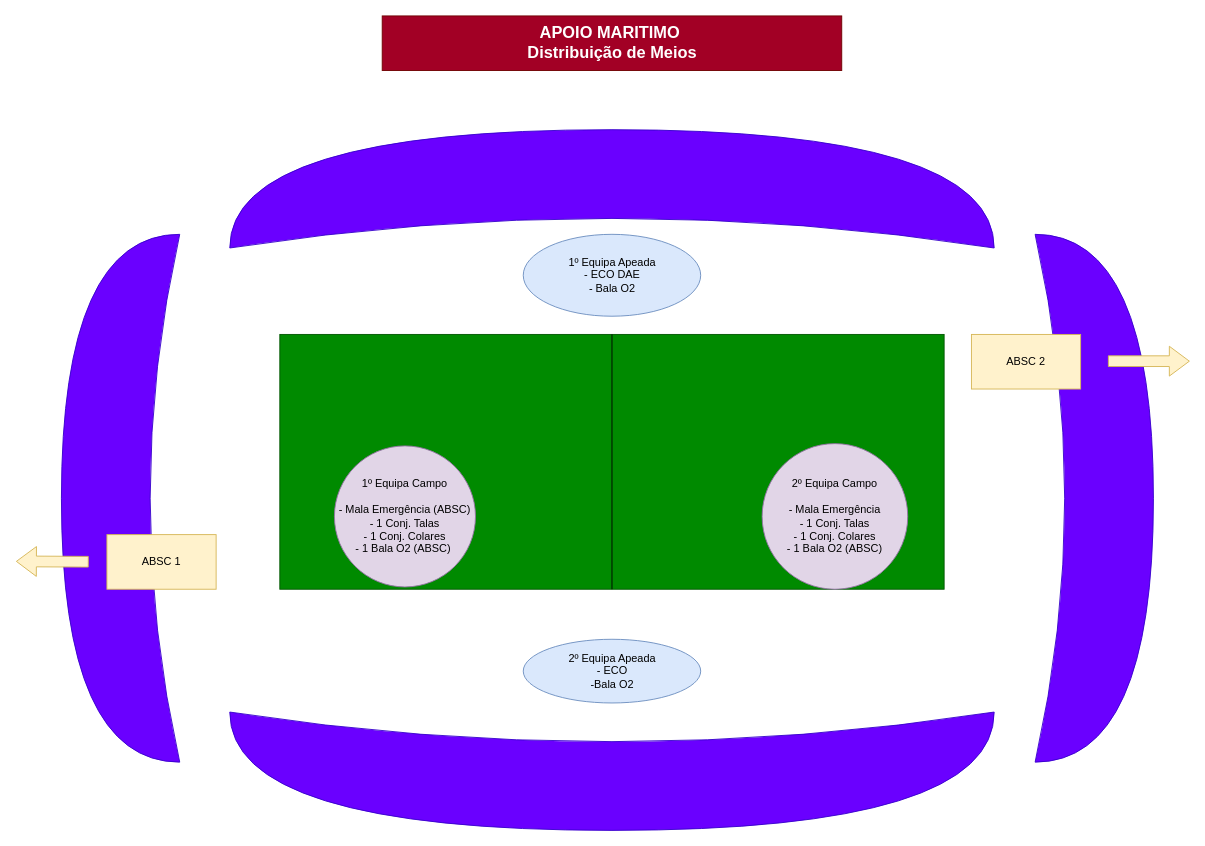
This is page "Marítimo" (1 of 2) of Apoio_Marítimo.drawio from joaoabreu1/flowcharts, a draw.io file, before an edit. Source tidied: cells renumbered, new cells numbered last; positions are measured from the earlier drawing's top-left corner, leaving out a move shared by most shapes. Both pictures are drawn from the tidied source at 91%, with x=0, y=0 at pixel (15, -194).
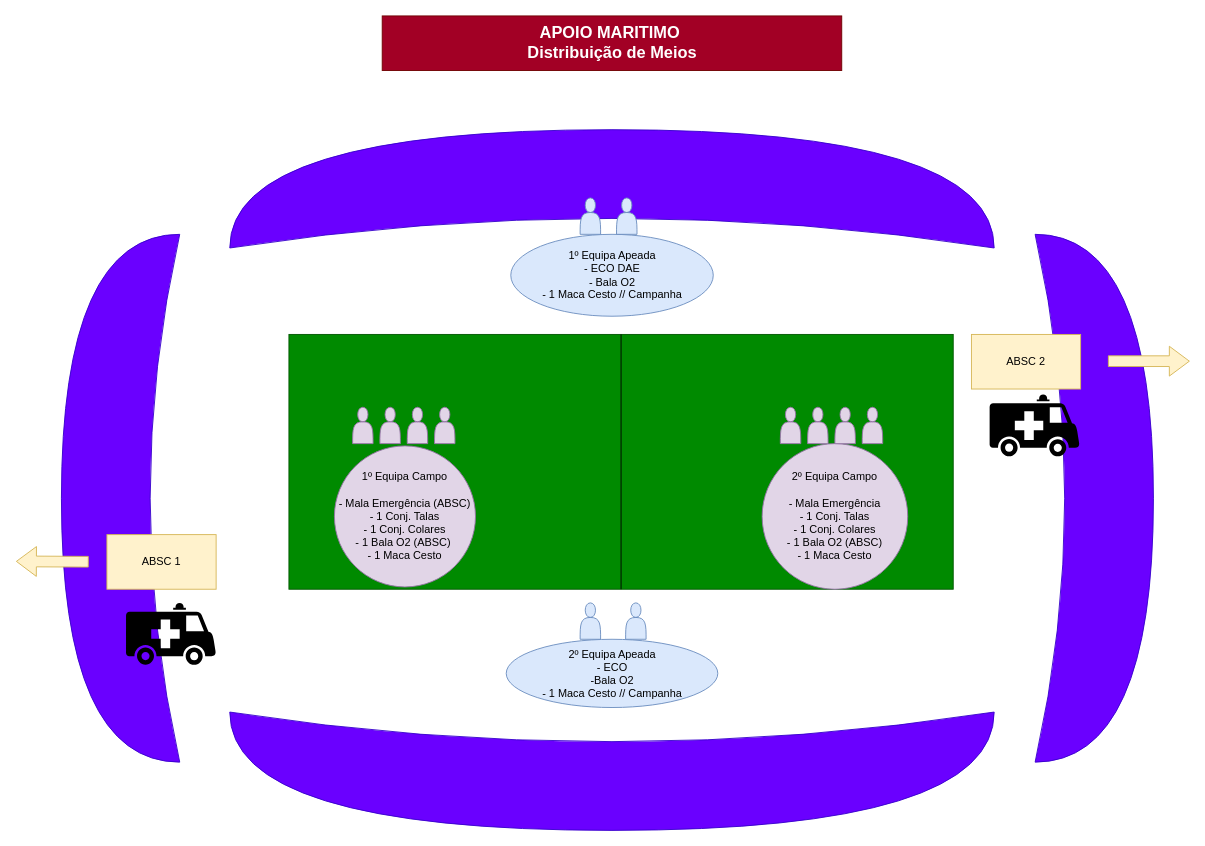
The same page after the edit.

Change to the diagram source:
```diff
@@
     <mxCell id="6" style="rounded=0;whiteSpace=wrap;html=1;fillColor=#008a00;strokeColor=#005700;fontColor=#ffffff;" parent="1" vertex="1">
-      <mxGeometry x="290" y="580" width="730" height="280" as="geometry" />
+      <mxGeometry x="300" y="580" width="730" height="280" as="geometry" />
     </mxCell>
-    <mxCell id="7" value="1º Equipa Apeada&lt;div&gt;- ECO DAE&lt;/div&gt;&lt;div&gt;- Bala O2&lt;/div&gt;" style="ellipse;whiteSpace=wrap;html=1;fillColor=#dae8fc;strokeColor=#6c8ebf;" parent="1" vertex="1">
-      <mxGeometry x="557.5" y="470" width="195" height="90" as="geometry" />
+    <mxCell id="7" value="1º Equipa Apeada&lt;div&gt;- ECO DAE&lt;/div&gt;&lt;div&gt;- Bala O2&lt;/div&gt;&lt;div&gt;- 1 Maca Cesto // Campanha&lt;/div&gt;" style="ellipse;whiteSpace=wrap;html=1;fillColor=#dae8fc;strokeColor=#6c8ebf;" parent="1" vertex="1">
+      <mxGeometry x="543.8" y="470" width="222.5" height="90" as="geometry" />
     </mxCell>
-    <mxCell id="8" value="2º Equipa Apeada&lt;div&gt;- ECO&lt;/div&gt;&lt;div&gt;-Bala O2&lt;/div&gt;" style="ellipse;whiteSpace=wrap;html=1;fillColor=#dae8fc;strokeColor=#6c8ebf;" parent="1" vertex="1">
-      <mxGeometry x="557.5" y="915" width="195" height="70" as="geometry" />
+    <mxCell id="8" value="2º Equipa Apeada&lt;div&gt;- ECO&lt;/div&gt;&lt;div&gt;-Bala O2&lt;/div&gt;&lt;div&gt;- 1 Maca Cesto // Campanha&lt;/div&gt;" style="ellipse;whiteSpace=wrap;html=1;fillColor=#dae8fc;strokeColor=#6c8ebf;" parent="1" vertex="1">
+      <mxGeometry x="538.8" y="915" width="232.5" height="75" as="geometry" />
     </mxCell>
@@
-    <mxCell id="10" value="2º Equipa Campo&lt;div&gt;&lt;br&gt;&lt;/div&gt;&lt;div&gt;- Mala Emergência&lt;/div&gt;&lt;div&gt;- 1 Conj. Talas&lt;/div&gt;&lt;div&gt;- 1 Conj. Colares&lt;/div&gt;&lt;div&gt;- 1 Bala O2 (ABSC)&lt;/div&gt;" style="ellipse;whiteSpace=wrap;html=1;fillColor=#e1d5e7;strokeColor=#9673a6;" parent="1" vertex="1">
+    <mxCell id="10" value="2º Equipa Campo&lt;div&gt;&lt;br&gt;&lt;/div&gt;&lt;div&gt;- Mala Emergência&lt;/div&gt;&lt;div&gt;- 1 Conj. Talas&lt;/div&gt;&lt;div&gt;- 1 Conj. Colares&lt;/div&gt;&lt;div&gt;- 1 Bala O2 (ABSC)&lt;/div&gt;&lt;div&gt;- 1 Maca Cesto&lt;/div&gt;" style="ellipse;whiteSpace=wrap;html=1;fillColor=#e1d5e7;strokeColor=#9673a6;" parent="1" vertex="1">
       <mxGeometry x="820" y="700" width="160" height="160" as="geometry" />
     </mxCell>
@@
-    <mxCell id="13" value="1º Equipa Campo&lt;div&gt;&lt;br&gt;&lt;/div&gt;&lt;div&gt;- Mala Emergência (ABSC)&lt;/div&gt;&lt;div&gt;- 1 Conj. Talas&lt;/div&gt;&lt;div&gt;- 1 Conj. Colares&lt;/div&gt;&lt;div&gt;- 1 Bala O2 (ABSC)&amp;nbsp;&lt;/div&gt;" style="ellipse;whiteSpace=wrap;html=1;fillColor=#e1d5e7;strokeColor=#9673a6;" parent="1" vertex="1">
+    <mxCell id="13" value="1º Equipa Campo&lt;div&gt;&lt;br&gt;&lt;/div&gt;&lt;div&gt;- Mala Emergência (ABSC)&lt;/div&gt;&lt;div&gt;- 1 Conj. Talas&lt;/div&gt;&lt;div&gt;- 1 Conj. Colares&lt;/div&gt;&lt;div&gt;- 1 Bala O2 (ABSC)&amp;nbsp;&lt;/div&gt;&lt;div&gt;- 1 Maca Cesto&lt;/div&gt;" style="ellipse;whiteSpace=wrap;html=1;fillColor=#e1d5e7;strokeColor=#9673a6;" parent="1" vertex="1">
       <mxGeometry x="350" y="702.5" width="155" height="155" as="geometry" />
     </mxCell>
@@
+    <mxCell id="17" style="shape=actor;whiteSpace=wrap;html=1;fillColor=#e1d5e7;strokeColor=#9673a6;" parent="1" vertex="1">
+      <mxGeometry x="460" y="660" width="22.5" height="40" as="geometry" />
+    </mxCell>
+    <mxCell id="18" style="shape=actor;whiteSpace=wrap;html=1;fillColor=#e1d5e7;strokeColor=#9673a6;" parent="1" vertex="1">
+      <mxGeometry x="430" y="660" width="22.5" height="40" as="geometry" />
+    </mxCell>
+    <mxCell id="19" style="shape=actor;whiteSpace=wrap;html=1;fillColor=#e1d5e7;strokeColor=#9673a6;" parent="1" vertex="1">
+      <mxGeometry x="400" y="660" width="22.5" height="40" as="geometry" />
+    </mxCell>
+    <mxCell id="20" style="shape=actor;whiteSpace=wrap;html=1;fillColor=#e1d5e7;strokeColor=#9673a6;" parent="1" vertex="1">
+      <mxGeometry x="370" y="660" width="22.5" height="40" as="geometry" />
+    </mxCell>
+    <mxCell id="21" style="shape=actor;whiteSpace=wrap;html=1;fillColor=#e1d5e7;strokeColor=#9673a6;" parent="1" vertex="1">
+      <mxGeometry x="840" y="660" width="22.5" height="40" as="geometry" />
+    </mxCell>
+    <mxCell id="22" style="shape=actor;whiteSpace=wrap;html=1;fillColor=#e1d5e7;strokeColor=#9673a6;" parent="1" vertex="1">
+      <mxGeometry x="870" y="660" width="22.5" height="40" as="geometry" />
+    </mxCell>
+    <mxCell id="23" style="shape=actor;whiteSpace=wrap;html=1;fillColor=#e1d5e7;strokeColor=#9673a6;" parent="1" vertex="1">
+      <mxGeometry x="900" y="660" width="22.5" height="40" as="geometry" />
+    </mxCell>
+    <mxCell id="24" style="shape=actor;whiteSpace=wrap;html=1;fillColor=#e1d5e7;strokeColor=#9673a6;" parent="1" vertex="1">
+      <mxGeometry x="930" y="660" width="22.5" height="40" as="geometry" />
+    </mxCell>
+    <mxCell id="25" style="shape=actor;whiteSpace=wrap;html=1;fillColor=#dae8fc;strokeColor=#6c8ebf;" parent="1" vertex="1">
+      <mxGeometry x="620" y="875" width="22.5" height="40" as="geometry" />
+    </mxCell>
+    <mxCell id="26" style="shape=actor;whiteSpace=wrap;html=1;fillColor=#dae8fc;strokeColor=#6c8ebf;" parent="1" vertex="1">
+      <mxGeometry x="670" y="875" width="22.5" height="40" as="geometry" />
+    </mxCell>
+    <mxCell id="27" style="shape=actor;whiteSpace=wrap;html=1;fillColor=#dae8fc;strokeColor=#6c8ebf;" parent="1" vertex="1">
+      <mxGeometry x="620" y="430" width="22.5" height="40" as="geometry" />
+    </mxCell>
+    <mxCell id="28" style="shape=actor;whiteSpace=wrap;html=1;fillColor=#dae8fc;strokeColor=#6c8ebf;" parent="1" vertex="1">
+      <mxGeometry x="660" y="430" width="22.5" height="40" as="geometry" />
+    </mxCell>
+    <mxCell id="29" style="shape=mxgraph.signs.transportation.ambulance;html=1;fillColor=#000000;strokeColor=none;verticalLabelPosition=bottom;verticalAlign=top;align=center;sketch=0;" parent="1" vertex="1">
+      <mxGeometry x="1070" y="646" width="99" height="68" as="geometry" />
+    </mxCell>
+    <mxCell id="30" style="shape=mxgraph.signs.transportation.ambulance;html=1;fillColor=#000000;strokeColor=none;verticalLabelPosition=bottom;verticalAlign=top;align=center;sketch=0;" parent="1" vertex="1">
+      <mxGeometry x="121" y="875" width="99" height="68" as="geometry" />
+    </mxCell>
```
